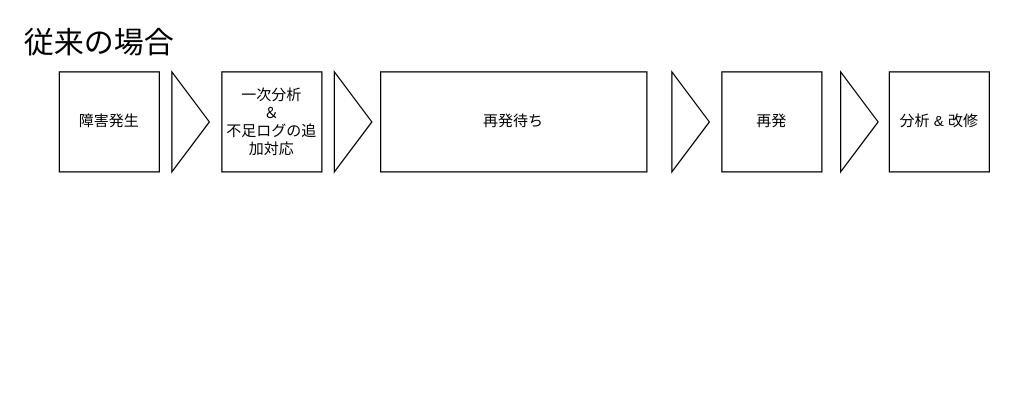
The draw.io diagram docs/book-introduction-of-jfr/site/images/001-blackbox_analysis.drawio in koduki/koduki.github.io, before the edit. Source tidied: cells renumbered, new cells numbered last; positions are measured from the earlier drawing's top-left corner, leaving out a move shared by most shapes. Both pictures are drawn from the tidied source at 125%, with x=0, y=0 at pixel (21, 21).
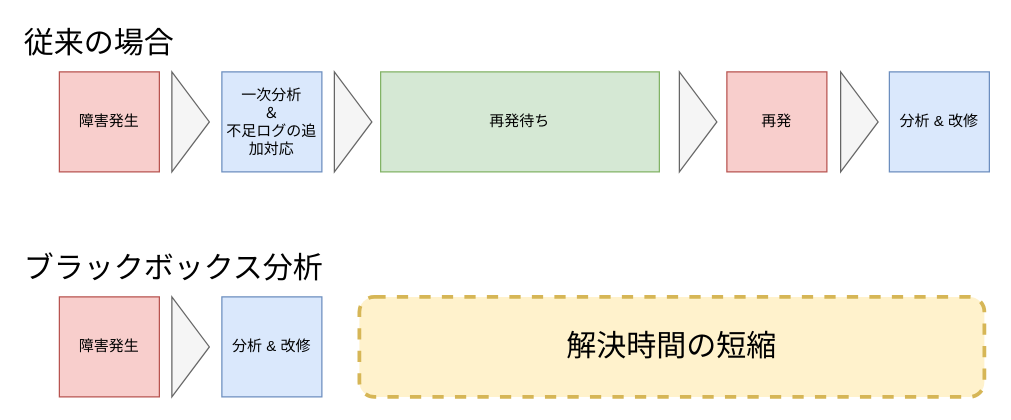
The same page after the edit.

Diff of the diagram source:
```diff
@@
 <mxGraphModel>
   <root>
     <mxCell id="0" />
     <mxCell id="1" parent="0" />
-    <mxCell id="2" value="障害発生" style="whiteSpace=wrap;html=1;" parent="1" vertex="1">
+    <mxCell id="2" value="障害発生" style="whiteSpace=wrap;html=1;fillColor=#f8cecc;strokeColor=#b85450;" parent="1" vertex="1">
       <mxGeometry x="30" y="40" width="80" height="80" as="geometry" />
     </mxCell>
-    <mxCell id="3" value="一次分析&lt;br&gt;＆&lt;br&gt;不足ログの追加対応" style="whiteSpace=wrap;html=1;" parent="1" vertex="1">
+    <mxCell id="3" value="一次分析&lt;br&gt;＆&lt;br&gt;不足ログの追加対応" style="whiteSpace=wrap;html=1;fillColor=#dae8fc;strokeColor=#6c8ebf;" parent="1" vertex="1">
       <mxGeometry x="160" y="40" width="80" height="80" as="geometry" />
     </mxCell>
-    <mxCell id="4" value="再発" style="whiteSpace=wrap;html=1;" parent="1" vertex="1">
-      <mxGeometry x="560" y="40" width="80" height="80" as="geometry" />
+    <mxCell id="4" value="再発" style="whiteSpace=wrap;html=1;fillColor=#f8cecc;strokeColor=#b85450;" parent="1" vertex="1">
+      <mxGeometry x="564" y="40" width="80" height="80" as="geometry" />
     </mxCell>
-    <mxCell id="5" value="分析 &amp;amp; 改修" style="whiteSpace=wrap;html=1;" parent="1" vertex="1">
+    <mxCell id="5" value="分析 &amp;amp; 改修" style="whiteSpace=wrap;html=1;fillColor=#dae8fc;strokeColor=#6c8ebf;" parent="1" vertex="1">
       <mxGeometry x="694" y="40" width="80" height="80" as="geometry" />
     </mxCell>
-    <mxCell id="6" value="再発待ち" style="rounded=0;whiteSpace=wrap;html=1;" parent="1" vertex="1">
-      <mxGeometry x="287" y="40" width="213" height="80" as="geometry" />
+    <mxCell id="6" value="再発待ち" style="rounded=0;whiteSpace=wrap;html=1;fillColor=#d5e8d4;strokeColor=#82b366;" parent="1" vertex="1">
+      <mxGeometry x="287" y="40" width="223" height="80" as="geometry" />
     </mxCell>
-    <mxCell id="7" style="triangle;whiteSpace=wrap;html=1;" parent="1" vertex="1">
+    <mxCell id="7" style="triangle;whiteSpace=wrap;html=1;fillColor=#f5f5f5;strokeColor=#666666;fontColor=#333333;" parent="1" vertex="1">
       <mxGeometry x="120" y="40" width="30" height="80" as="geometry" />
     </mxCell>
-    <mxCell id="8" style="triangle;whiteSpace=wrap;html=1;" parent="1" vertex="1">
+    <mxCell id="8" style="triangle;whiteSpace=wrap;html=1;fillColor=#f5f5f5;strokeColor=#666666;fontColor=#333333;" parent="1" vertex="1">
       <mxGeometry x="250" y="40" width="30" height="80" as="geometry" />
     </mxCell>
-    <mxCell id="9" style="triangle;whiteSpace=wrap;html=1;" parent="1" vertex="1">
-      <mxGeometry x="520" y="40" width="30" height="80" as="geometry" />
+    <mxCell id="9" style="triangle;whiteSpace=wrap;html=1;fillColor=#f5f5f5;strokeColor=#666666;fontColor=#333333;" parent="1" vertex="1">
+      <mxGeometry x="526" y="40" width="30" height="80" as="geometry" />
     </mxCell>
-    <mxCell id="10" style="triangle;whiteSpace=wrap;html=1;" parent="1" vertex="1">
+    <mxCell id="10" style="triangle;whiteSpace=wrap;html=1;fillColor=#f5f5f5;strokeColor=#666666;fontColor=#333333;" parent="1" vertex="1">
       <mxGeometry x="655" y="40" width="30" height="80" as="geometry" />
     </mxCell>
     <mxCell id="11" value="&lt;font style=&quot;font-size: 24px&quot;&gt;従来の場合&lt;/font&gt;" style="text;html=1;align=left;verticalAlign=top;spacingTop=-4;" parent="1" vertex="1">
       <mxGeometry width="140" height="20" as="geometry" />
     </mxCell>
+    <mxCell id="12" value="障害発生" style="whiteSpace=wrap;html=1;fillColor=#f8cecc;strokeColor=#b85450;" parent="1" vertex="1">
+      <mxGeometry x="30" y="220" width="80" height="80" as="geometry" />
+    </mxCell>
+    <mxCell id="13" value="分析 &amp;amp; 改修" style="whiteSpace=wrap;html=1;fillColor=#dae8fc;strokeColor=#6c8ebf;" parent="1" vertex="1">
+      <mxGeometry x="160" y="220" width="80" height="80" as="geometry" />
+    </mxCell>
+    <mxCell id="14" style="triangle;whiteSpace=wrap;html=1;fillColor=#f5f5f5;strokeColor=#666666;fontColor=#333333;" parent="1" vertex="1">
+      <mxGeometry x="120" y="220" width="30" height="80" as="geometry" />
+    </mxCell>
+    <mxCell id="15" value="&lt;font style=&quot;font-size: 24px&quot;&gt;ブラックボックス分析&lt;/font&gt;" style="text;html=1;align=left;verticalAlign=top;spacingTop=-4;" parent="1" vertex="1">
+      <mxGeometry y="180" width="260" height="20" as="geometry" />
+    </mxCell>
+    <mxCell id="16" value="&lt;font style=&quot;font-size: 24px&quot;&gt;解決時間の短縮&lt;/font&gt;" style="rounded=1;whiteSpace=wrap;html=1;dashed=1;fillColor=#fff2cc;strokeColor=#d6b656;strokeWidth=3;" parent="1" vertex="1">
+      <mxGeometry x="270" y="220" width="500" height="80" as="geometry" />
+    </mxCell>
   </root>
 </mxGraphModel>
```
